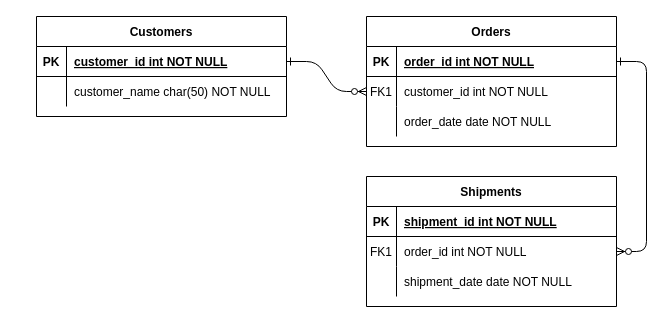
Earlier version of the draw.io diagram Untitled Diagram.drawio (megan-es/RetailDatabaseSQLProject). Source tidied: cells renumbered, new cells numbered last; positions are measured from the earlier drawing's top-left corner, leaving out a move shared by most shapes. Both pictures are drawn from the tidied source at 100%, with x=0, y=0 at pixel (36, 16).
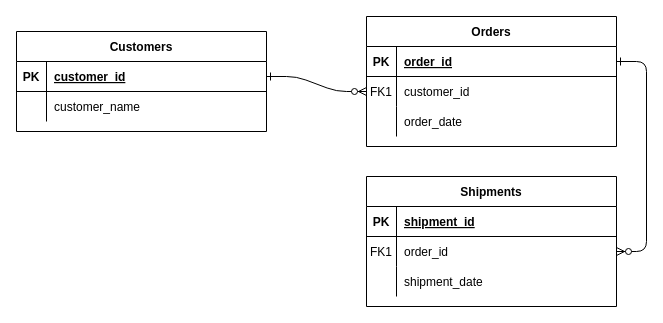
Above is the later version.

Unchanged cells that the change refers to:
```xml
<mxCell id="5" style="shape=partialRectangle;fillColor=none;points=[[0,0.5],[1,0.5]];portConstraint=eastwest;top=0;left=0;right=0;bottom=1;" parent="4" vertex="1">
  <mxGeometry y="30" width="250" height="30" as="geometry" />
</mxCell>
<mxCell id="8" style="shape=partialRectangle;fillColor=none;points=[[0,0.5],[1,0.5]];portConstraint=eastwest;top=0;left=0;right=0;bottom=0;" parent="4" vertex="1">
  <mxGeometry y="60" width="250" height="30" as="geometry" />
</mxCell>
<mxCell id="11" style="shape=partialRectangle;fillColor=none;top=0;left=0;right=0;bottom=0;" parent="4" vertex="1">
  <mxGeometry y="90" width="250" height="30" as="geometry" />
</mxCell>
<mxCell id="15" style="shape=partialRectangle;fillColor=none;top=0;left=0;right=0;bottom=1;" parent="14" vertex="1">
  <mxGeometry y="30" width="250" height="30" as="geometry" />
</mxCell>
<mxCell id="18" style="shape=partialRectangle;fillColor=none;points=[[0,0.5],[1,0.5]];portConstraint=eastwest;top=0;left=0;right=0;bottom=0;" parent="14" vertex="1">
  <mxGeometry y="60" width="250" height="30" as="geometry" />
</mxCell>
<mxCell id="21" style="shape=partialRectangle;fillColor=none;top=0;left=0;right=0;bottom=0;" parent="14" vertex="1">
  <mxGeometry y="90" width="250" height="30" as="geometry" />
</mxCell>
<mxCell id="25" style="shape=partialRectangle;fillColor=none;points=[[0,0.5],[1,0.5]];portConstraint=eastwest;top=0;left=0;right=0;bottom=1;" parent="24" vertex="1">
  <mxGeometry y="30" width="250" height="30" as="geometry" />
</mxCell>
<mxCell id="28" style="shape=partialRectangle;fillColor=none;top=0;left=0;right=0;bottom=0;" parent="24" vertex="1">
  <mxGeometry y="60" width="250" height="30" as="geometry" />
</mxCell>
```

Diff of the diagram source:
```diff
@@
-    <mxCell id="7" value="order_id int NOT NULL " style="shape=partialRectangle;overflow=hidden;fillColor=none;top=0;left=0;bottom=0;right=0;align=left;spacingLeft=6;fontStyle=5;" parent="5" vertex="1">
+    <mxCell id="7" value="order_id" style="shape=partialRectangle;overflow=hidden;fillColor=none;top=0;left=0;bottom=0;right=0;align=left;spacingLeft=6;fontStyle=5;" parent="5" vertex="1">
       <mxGeometry x="30" width="220" height="30" as="geometry" />
     </mxCell>
@@
-    <mxCell id="10" value="customer_id int NOT NULL" style="shape=partialRectangle;overflow=hidden;fillColor=none;top=0;left=0;bottom=0;right=0;align=left;spacingLeft=6;" parent="8" vertex="1">
+    <mxCell id="10" value="customer_id" style="shape=partialRectangle;overflow=hidden;fillColor=none;top=0;left=0;bottom=0;right=0;align=left;spacingLeft=6;" parent="8" vertex="1">
       <mxGeometry x="30" width="220" height="30" as="geometry" />
     </mxCell>
@@
-    <mxCell id="13" value="order_date date NOT NULL" style="shape=partialRectangle;overflow=hidden;fillColor=none;top=0;left=0;bottom=0;right=0;align=left;spacingLeft=6;" parent="11" vertex="1">
+    <mxCell id="13" value="order_date " style="shape=partialRectangle;overflow=hidden;fillColor=none;top=0;left=0;bottom=0;right=0;align=left;spacingLeft=6;" parent="11" vertex="1">
       <mxGeometry x="30" width="220" height="30" as="geometry" />
     </mxCell>
@@
-    <mxCell id="17" value="shipment_id int NOT NULL " style="shape=partialRectangle;overflow=hidden;fillColor=none;top=0;left=0;bottom=0;right=0;align=left;spacingLeft=6;fontStyle=5;" parent="15" vertex="1">
+    <mxCell id="17" value="shipment_id" style="shape=partialRectangle;overflow=hidden;fillColor=none;top=0;left=0;bottom=0;right=0;align=left;spacingLeft=6;fontStyle=5;" parent="15" vertex="1">
       <mxGeometry x="30" width="220" height="30" as="geometry" />
     </mxCell>
@@
-    <mxCell id="20" value="order_id int NOT NULL" style="shape=partialRectangle;overflow=hidden;fillColor=none;top=0;left=0;bottom=0;right=0;align=left;spacingLeft=6;" parent="18" vertex="1">
+    <mxCell id="20" value="order_id" style="shape=partialRectangle;overflow=hidden;fillColor=none;top=0;left=0;bottom=0;right=0;align=left;spacingLeft=6;" parent="18" vertex="1">
       <mxGeometry x="30" width="220" height="30" as="geometry" />
     </mxCell>
@@
-    <mxCell id="23" value="shipment_date date NOT NULL" style="shape=partialRectangle;overflow=hidden;fillColor=none;top=0;left=0;bottom=0;right=0;align=left;spacingLeft=6;" parent="21" vertex="1">
+    <mxCell id="23" value="shipment_date" style="shape=partialRectangle;overflow=hidden;fillColor=none;top=0;left=0;bottom=0;right=0;align=left;spacingLeft=6;" parent="21" vertex="1">
       <mxGeometry x="30" width="220" height="30" as="geometry" />
     </mxCell>
     <mxCell id="24" value="Customers" style="shape=table;startSize=30;childLayout=tableLayout;rowLines=0;fontStyle=1;align=center;" parent="1" vertex="1">
-      <mxGeometry width="250" height="100" as="geometry" />
+      <mxGeometry x="-20" y="15" width="250" height="100" as="geometry" />
     </mxCell>
@@
-    <mxCell id="27" value="customer_id int NOT NULL " style="shape=partialRectangle;overflow=hidden;fillColor=none;top=0;left=0;bottom=0;right=0;align=left;spacingLeft=6;fontStyle=5;" parent="25" vertex="1">
+    <mxCell id="27" value="customer_id" style="shape=partialRectangle;overflow=hidden;fillColor=none;top=0;left=0;bottom=0;right=0;align=left;spacingLeft=6;fontStyle=5;" parent="25" vertex="1">
       <mxGeometry x="30" width="220" height="30" as="geometry" />
     </mxCell>
@@
-    <mxCell id="30" value="customer_name char(50) NOT NULL" style="shape=partialRectangle;overflow=hidden;fillColor=none;top=0;left=0;bottom=0;right=0;align=left;spacingLeft=6;" parent="28" vertex="1">
+    <mxCell id="30" value="customer_name" style="shape=partialRectangle;overflow=hidden;fillColor=none;top=0;left=0;bottom=0;right=0;align=left;spacingLeft=6;" parent="28" vertex="1">
       <mxGeometry x="30" width="220" height="30" as="geometry" />
     </mxCell>
```
